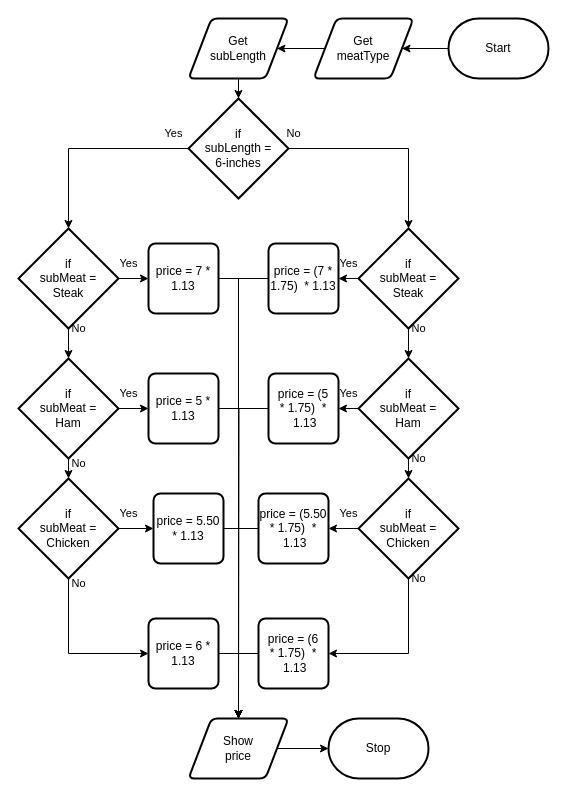
MTHS-ICD2O-1-2023/ICD2O-Assignment-04-nathan-desilva keeps this draw.io diagram as design/flowchart.drawio. Above is the earlier version. Source tidied: cells renumbered, new cells numbered last; positions are measured from the earlier drawing's top-left corner, leaving out a move shared by most shapes. Both pictures are drawn from the tidied source at 100%, with x=0, y=0 at pixel (18, 18).
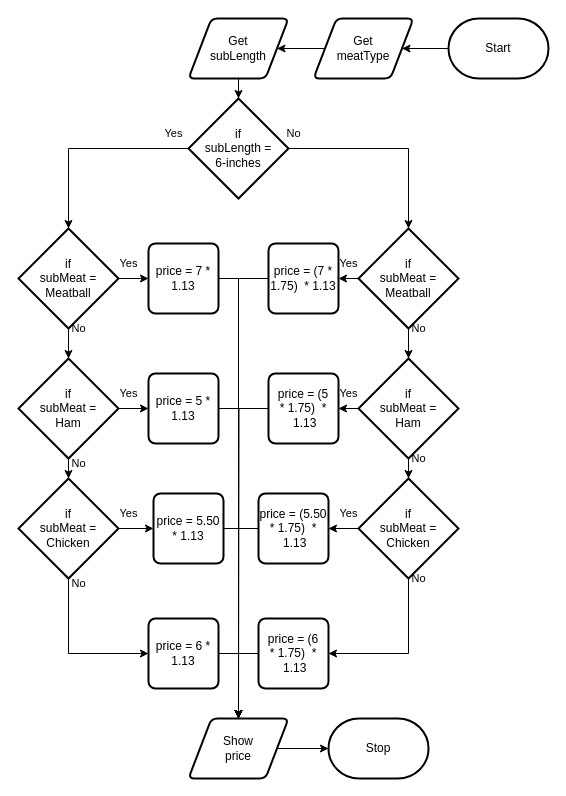
Above is the later version.

Diff of the diagram source:
```diff
@@
-    <mxCell id="17" value="if&lt;br&gt;subMeat =&lt;br&gt;Steak" style="strokeWidth=2;html=1;shape=mxgraph.flowchart.decision;whiteSpace=wrap;" parent="1" vertex="1">
+    <mxCell id="17" value="if&lt;br&gt;subMeat =&lt;br&gt;Meatball" style="strokeWidth=2;html=1;shape=mxgraph.flowchart.decision;whiteSpace=wrap;" parent="1" vertex="1">
       <mxGeometry y="210" width="100" height="100" as="geometry" />
     </mxCell>
@@
-    <mxCell id="28" value="if&lt;br&gt;subMeat =&lt;br&gt;Steak" style="strokeWidth=2;html=1;shape=mxgraph.flowchart.decision;whiteSpace=wrap;" parent="1" vertex="1">
+    <mxCell id="28" value="if&lt;br&gt;subMeat =&lt;br&gt;Meatball" style="strokeWidth=2;html=1;shape=mxgraph.flowchart.decision;whiteSpace=wrap;" parent="1" vertex="1">
       <mxGeometry x="340" y="210" width="100" height="100" as="geometry" />
     </mxCell>
```
